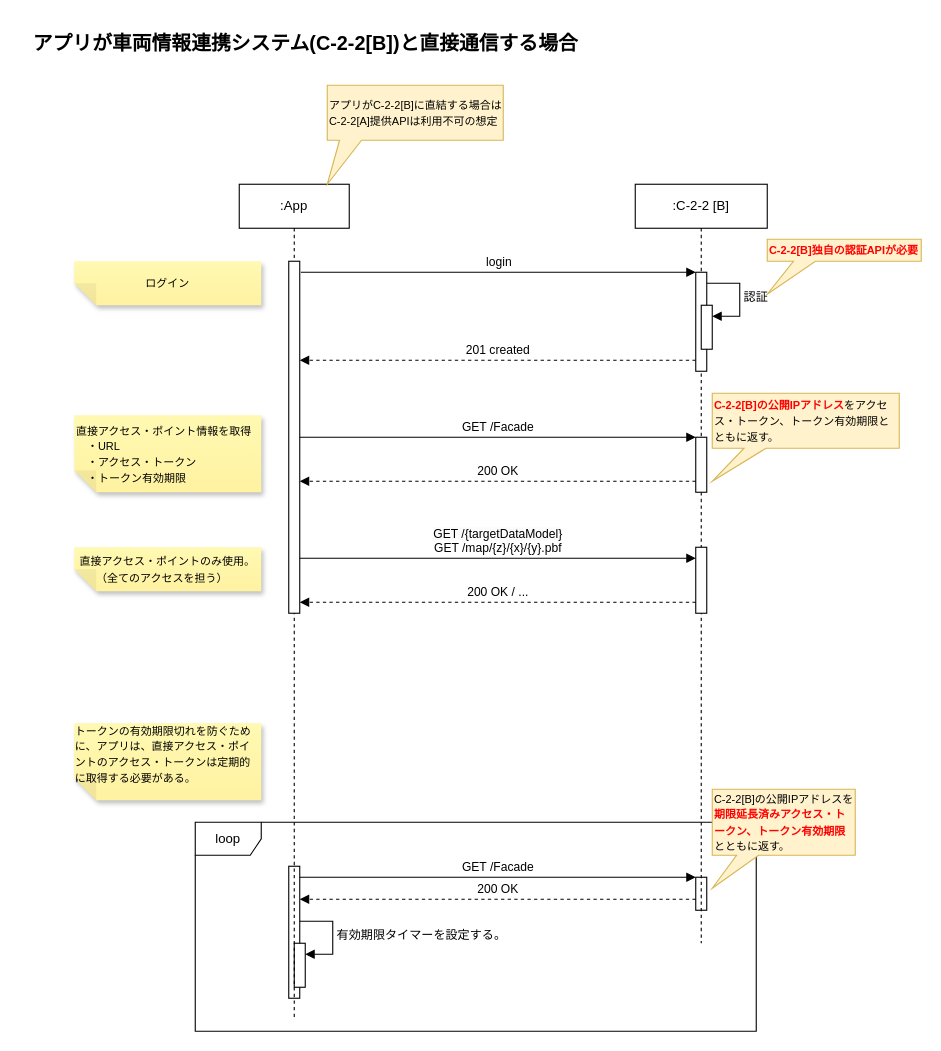
Earlier version of the draw.io diagram page "C-2-2[B]直結時のシーケンス" (3 of 6) of models/c-2-2-api-sequences.drawio (Sportacandy/C-2-2API). Source tidied: cells renumbered, new cells numbered last; positions are measured from the earlier drawing's top-left corner, leaving out a move shared by most shapes. Both pictures are drawn from the tidied source at 110%, with x=0, y=0 at pixel (19, 19).
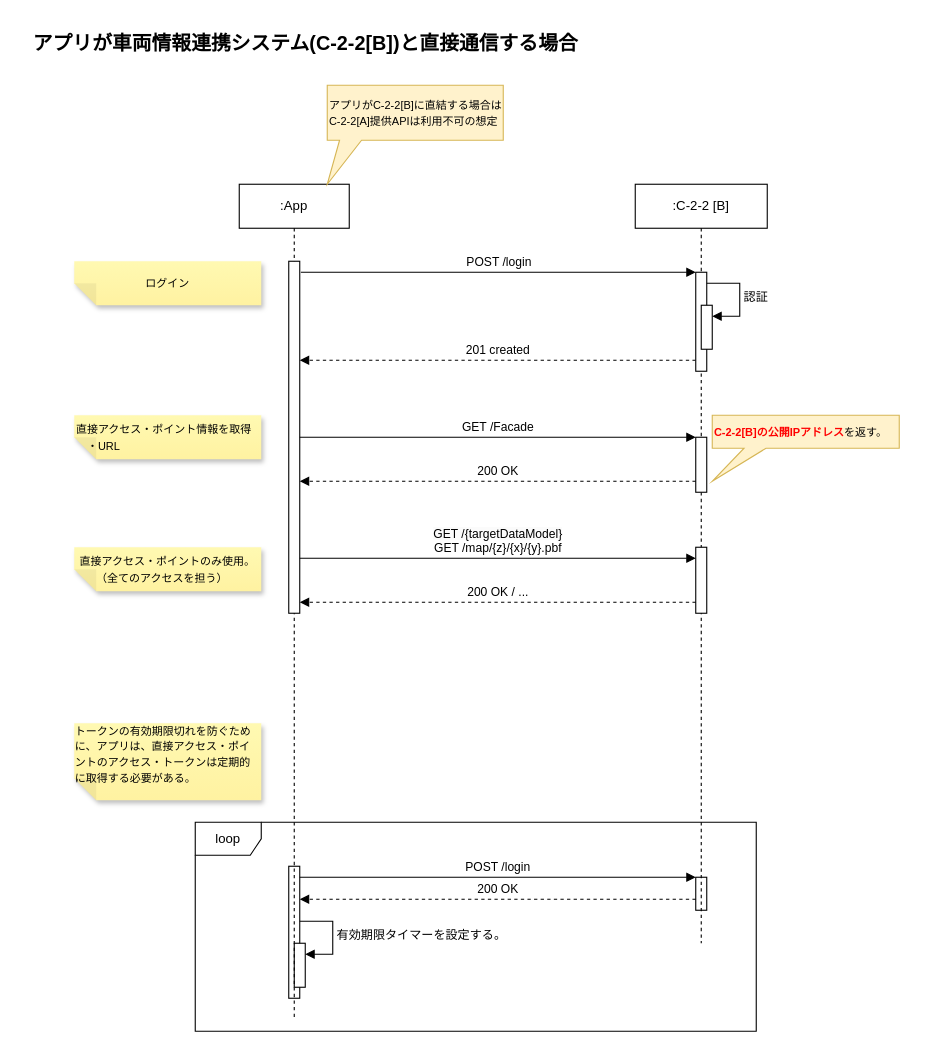
After the change.

Unchanged cells that the change refers to:
```xml
<mxCell id="2" style="html=1;points=[[0,0,0,0,5],[0,1,0,0,-5],[1,0,0,0,5],[1,1,0,0,-5]];perimeter=orthogonalPerimeter;outlineConnect=0;targetShapes=umlLifeline;portConstraint=eastwest;newEdgeStyle={&quot;curved&quot;:0,&quot;rounded&quot;:0};" parent="1" vertex="1">
  <mxGeometry x="245" y="770" width="10" height="120" as="geometry" />
</mxCell>
<mxCell id="3" style="html=1;points=[[0,0,0,0,5],[0,1,0,0,-5],[1,0,0,0,5],[1,1,0,0,-5]];perimeter=orthogonalPerimeter;outlineConnect=0;targetShapes=umlLifeline;portConstraint=eastwest;newEdgeStyle={&quot;curved&quot;:0,&quot;rounded&quot;:0};" parent="1" vertex="1">
  <mxGeometry x="615" y="780" width="10" height="30" as="geometry" />
</mxCell>
<mxCell id="18" style="html=1;points=[];perimeter=orthogonalPerimeter;outlineConnect=0;targetShapes=umlLifeline;portConstraint=eastwest;newEdgeStyle={&quot;edgeStyle&quot;:&quot;elbowEdgeStyle&quot;,&quot;elbow&quot;:&quot;vertical&quot;,&quot;curved&quot;:0,&quot;rounded&quot;:0};" parent="15" vertex="1">
  <mxGeometry x="55" y="80" width="10" height="90" as="geometry" />
</mxCell>
```

What changed in the source:
```diff
@@
-    <mxCell id="4" value="GET /Facade" style="html=1;verticalAlign=bottom;endArrow=block;edgeStyle=elbowEdgeStyle;elbow=horizontal;curved=0;rounded=0;" parent="1" edge="1" source="2" target="3">
+    <mxCell id="4" value="POST /login" style="html=1;verticalAlign=bottom;endArrow=block;edgeStyle=elbowEdgeStyle;elbow=horizontal;curved=0;rounded=0;" parent="1" edge="1" source="2" target="3">
       <mxGeometry relative="1" as="geometry">
         <Array as="points">
           <mxPoint x="525" y="780" />
         </Array>
       </mxGeometry>
     </mxCell>
@@
-    <mxCell id="7" value="&lt;font style=&quot;font-size: 10px;&quot;&gt;C-2-2[B]の公開IPアドレスを&lt;b&gt;&lt;font color=&quot;#ff0000&quot;&gt;期限延長済みアクセス・トークン、トークン有効期限&lt;/font&gt;&lt;/b&gt;とともに返す。　&lt;/font&gt;" style="shape=callout;whiteSpace=wrap;html=1;perimeter=calloutPerimeter;position2=0;fillColor=#fff2cc;strokeColor=#d6b656;align=left;size=30;position=0.17;" parent="1" vertex="1">
-      <mxGeometry x="630" y="700" width="130" height="90" as="geometry" />
-    </mxCell>
@@
-    <mxCell id="13" value="login" style="html=1;verticalAlign=bottom;endArrow=block;edgeStyle=elbowEdgeStyle;elbow=horizontal;curved=0;rounded=0;" parent="1" edge="1" target="18">
+    <mxCell id="13" value="POST /login" style="html=1;verticalAlign=bottom;endArrow=block;edgeStyle=elbowEdgeStyle;elbow=horizontal;curved=0;rounded=0;" parent="1" edge="1" target="18">
       <mxGeometry relative="1" as="geometry">
         <mxPoint x="256" y="230" as="sourcePoint" />
         <Array as="points">
           <mxPoint x="341" y="230" />
         </Array>
       </mxGeometry>
     </mxCell>
@@
-    <mxCell id="28" value="&lt;font style=&quot;font-size: 10px;&quot;&gt;&lt;b&gt;&lt;font color=&quot;#ff0000&quot;&gt;C-2-2[B]の公開IPアドレス&lt;/font&gt;&lt;/b&gt;をアクセス・トークン、トークン有効期限とともに返す。　&lt;/font&gt;" style="shape=callout;whiteSpace=wrap;html=1;perimeter=calloutPerimeter;position2=0;fillColor=#fff2cc;strokeColor=#d6b656;align=left;size=30;position=0.17;" parent="1" vertex="1">
-      <mxGeometry x="630" y="340" width="170" height="80" as="geometry" />
+    <mxCell id="28" value="&lt;font style=&quot;font-size: 10px;&quot;&gt;&lt;b&gt;&lt;font color=&quot;#ff0000&quot;&gt;C-2-2[B]の公開IPアドレス&lt;/font&gt;&lt;/b&gt;を返す。　&lt;/font&gt;" style="shape=callout;whiteSpace=wrap;html=1;perimeter=calloutPerimeter;position2=0;fillColor=#fff2cc;strokeColor=#d6b656;align=left;size=30;position=0.17;" parent="1" vertex="1">
+      <mxGeometry x="630" y="360" width="170" height="60" as="geometry" />
     </mxCell>
@@
-    <mxCell id="30" value="&lt;div style=&quot;&quot;&gt;&lt;span style=&quot;font-size: 10px; background-color: initial;&quot;&gt;直接アクセス・ポイント情報を取得&lt;/span&gt;&lt;/div&gt;&lt;font style=&quot;font-size: 10px;&quot;&gt;　・URL&lt;/font&gt;&lt;div&gt;&lt;font style=&quot;font-size: 10px;&quot;&gt;　・アクセス・トークン&lt;/font&gt;&lt;/div&gt;&lt;div&gt;&lt;font style=&quot;font-size: 10px;&quot;&gt;　・トークン有効期限&lt;/font&gt;&lt;/div&gt;" style="shape=note;whiteSpace=wrap;html=1;backgroundOutline=1;fontColor=#000000;darkOpacity=0.05;fillColor=#FFF9B2;strokeColor=none;fillStyle=solid;direction=west;gradientDirection=north;gradientColor=#FFF2A1;shadow=1;size=20;align=left;" parent="1" vertex="1">
-      <mxGeometry x="50" y="360" width="170" height="70" as="geometry" />
+    <mxCell id="30" value="&lt;div style=&quot;&quot;&gt;&lt;span style=&quot;font-size: 10px; background-color: initial;&quot;&gt;直接アクセス・ポイント情報を取得&lt;/span&gt;&lt;/div&gt;&lt;font style=&quot;font-size: 10px;&quot;&gt;　・URL&lt;/font&gt;" style="shape=note;whiteSpace=wrap;html=1;backgroundOutline=1;fontColor=#000000;darkOpacity=0.05;fillColor=#FFF9B2;strokeColor=none;fillStyle=solid;direction=west;gradientDirection=north;gradientColor=#FFF2A1;shadow=1;size=20;align=left;" parent="1" vertex="1">
+      <mxGeometry x="50" y="360" width="170" height="40" as="geometry" />
     </mxCell>
-    <mxCell id="31" value="&lt;font color=&quot;#ff0000&quot; style=&quot;font-size: 10px;&quot;&gt;&lt;b&gt;C-2-2[B]独自の認証APIが必要&lt;/b&gt;&lt;/font&gt;" style="shape=callout;whiteSpace=wrap;html=1;perimeter=calloutPerimeter;position2=0;fillColor=#fff2cc;strokeColor=#d6b656;align=left;size=30;position=0.17;" parent="1" vertex="1">
-      <mxGeometry x="680" y="200" width="140" height="50" as="geometry" />
-    </mxCell>
```
